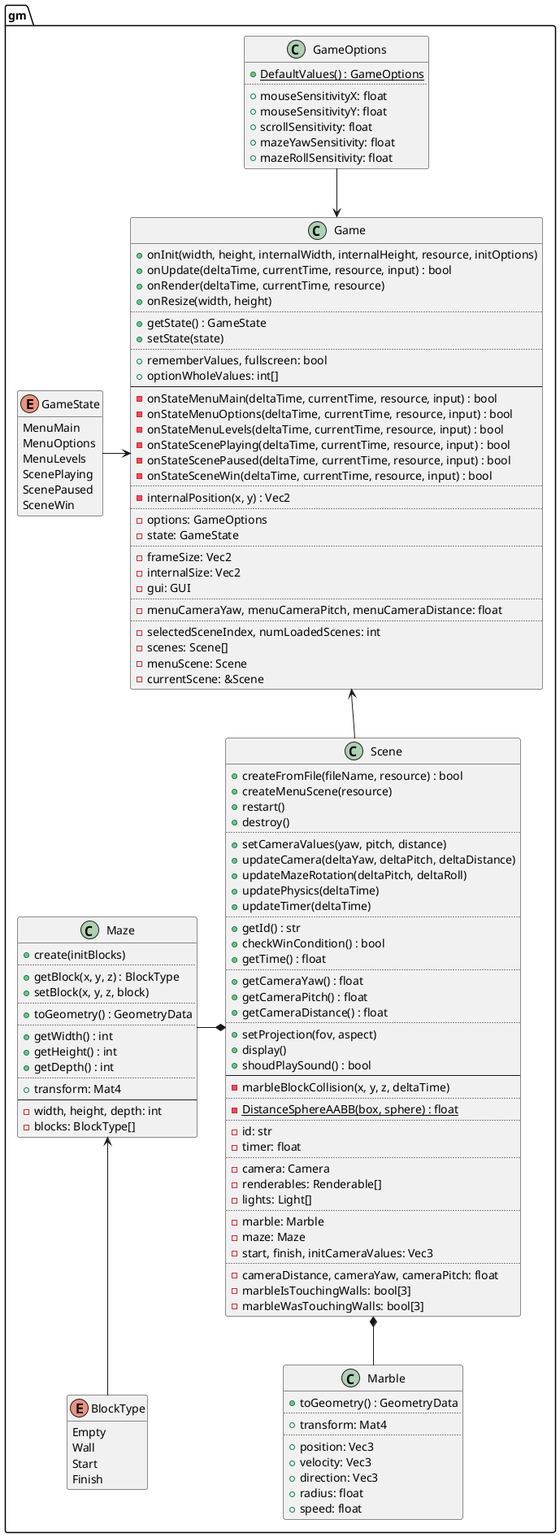
Before: design/gm.png, a diagram exported from PlantUML (ba6er/marblemaze).
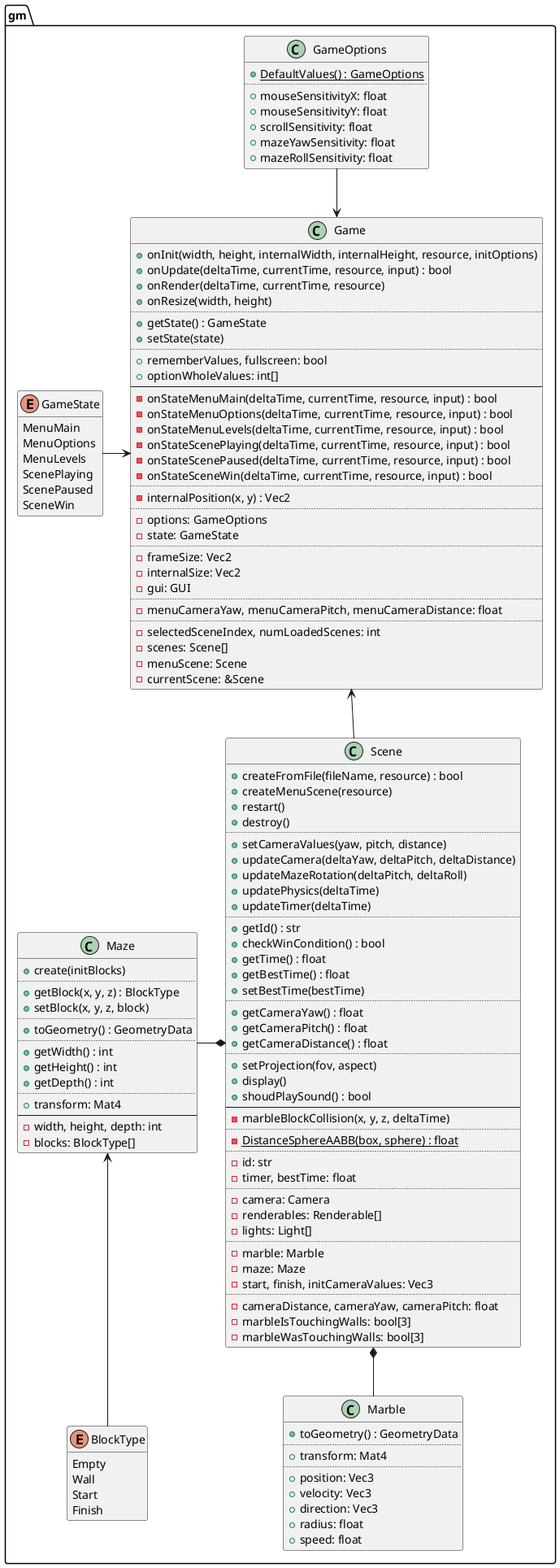
After the commit.

What changed in the source:
```diff
@@ -73,6 +73,8 @@
 	+getId() : str
 	+checkWinCondition() : bool
 	+getTime() : float
+	+getBestTime() : float
+	+setBestTime(bestTime)
 	..
 	+getCameraYaw() : float
 	+getCameraPitch() : float
@@ -87,7 +89,7 @@
 	{static} -DistanceSphereAABB(box, sphere) : float
 	..
 	-id: str
-	-timer: float
+	-timer, bestTime: float
 	..
 	-camera: Camera
 	-renderables: Renderable[]
```
